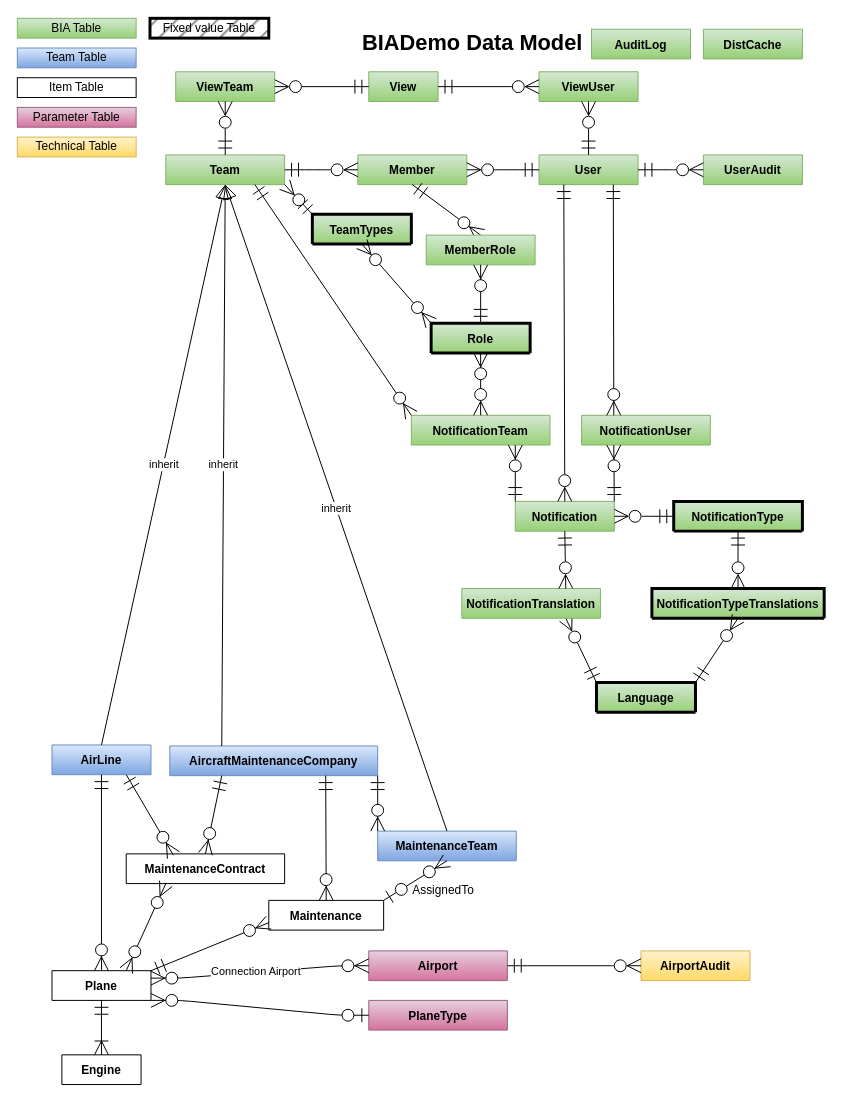
Above: DataModel.drawio in BIATeam/BIADemo (draw.io), before the change. Source tidied: cells renumbered, new cells numbered last; positions are measured from the earlier drawing's top-left corner, leaving out a move shared by most shapes. Both pictures are drawn from the tidied source at 99%, with x=0, y=0 at pixel (17, 18).
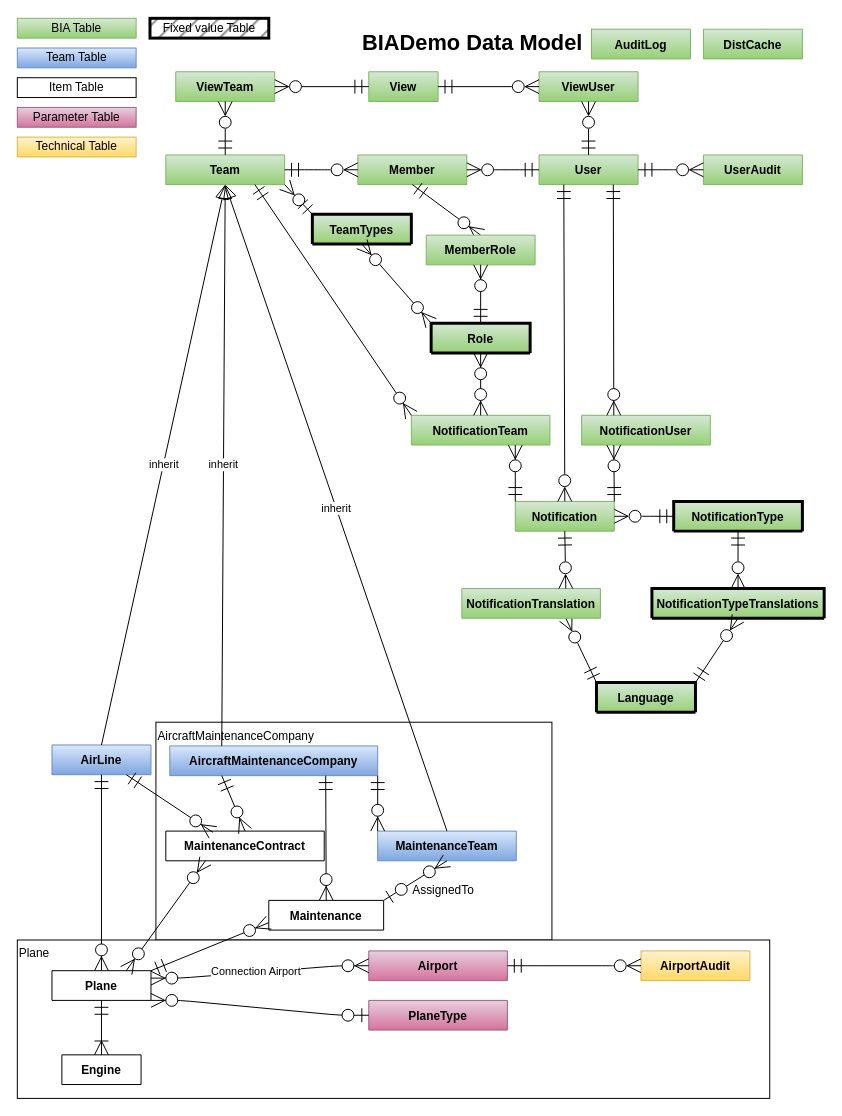
After the change.

The edit, as a diff of the source:
```diff
@@
+    <mxCell id="76" value="AircraftMaintenanceCompany" style="rounded=0;whiteSpace=wrap;html=1;align=left;verticalAlign=top;" parent="1" vertex="1">
+      <mxGeometry x="140" y="711" width="400" height="220" as="geometry" />
+    </mxCell>
+    <mxCell id="77" value="Plane" style="rounded=0;whiteSpace=wrap;html=1;align=left;horizontal=1;verticalAlign=top;" parent="1" vertex="1">
+      <mxGeometry y="931" width="760" height="160" as="geometry" />
+    </mxCell>
@@
     <mxCell id="68" value="MaintenanceContract" style="shape=table;startSize=30;childLayout=tableLayout;rowLines=0;fontStyle=1;align=center;" parent="1" vertex="1" collapsed="1">
-      <mxGeometry x="110" y="844" width="160" height="30" as="geometry" />
+      <mxGeometry x="150" y="821" width="160" height="30" as="geometry" />
     </mxCell>
```
